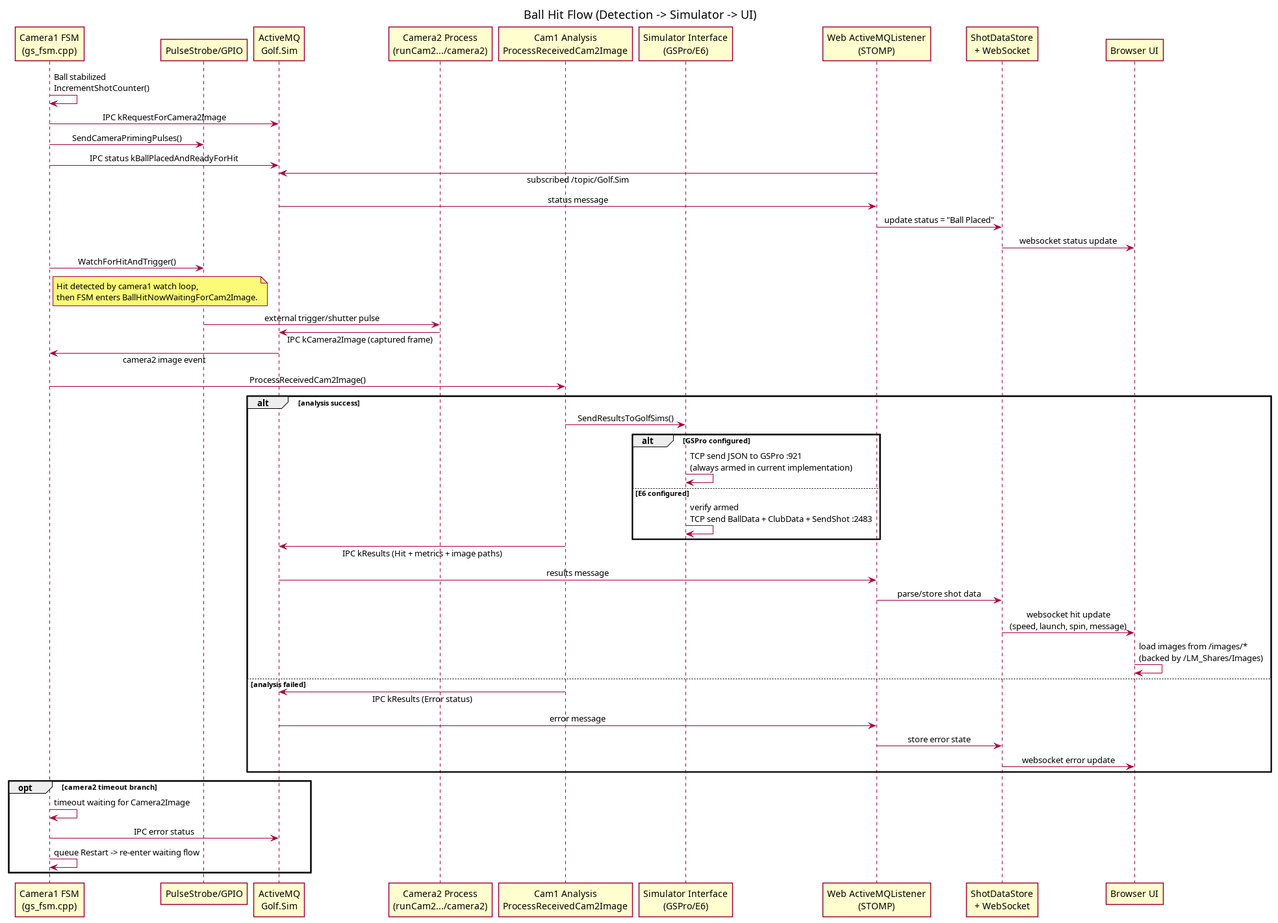
digitalhand/pitrac-light keeps this PlantUML diagram as assets/images/golf-simulator-ball-hit-flow.png. Above is the earlier version. Its source is kept beside it as assets/diagram/golf-simulator-ball-hit-flow.puml.
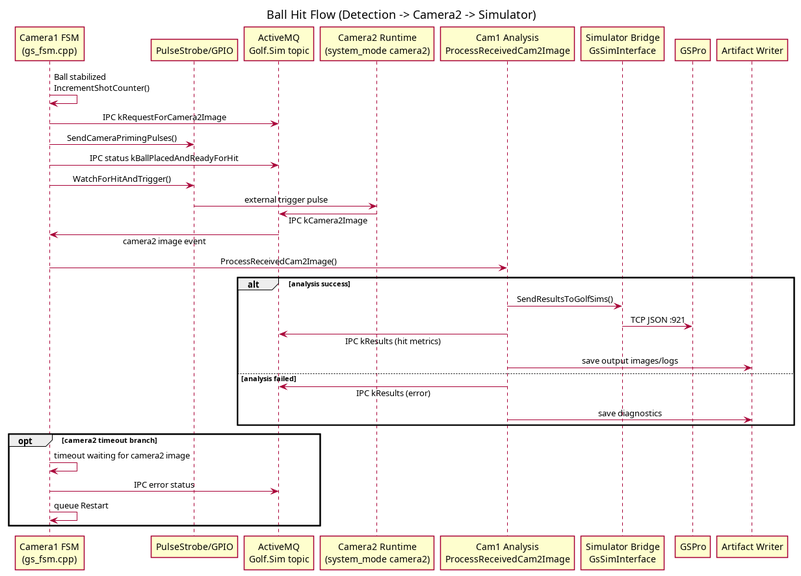
The same file after the commit.

Diff of the diagram source:
```diff
@@ -1,5 +1,5 @@
 @startuml
-title Ball Hit Flow (Detection -> Simulator -> UI)
+title Ball Hit Flow (Detection -> Camera2 -> Simulator)
 
 skinparam shadowing false
 skinparam backgroundColor white
@@ -8,56 +8,38 @@
 
 participant "Camera1 FSM\n(gs_fsm.cpp)" as FSM
 participant "PulseStrobe/GPIO" as STROBE
-participant "ActiveMQ\nGolf.Sim" as MQ
-participant "Camera2 Process\n(runCam2.../camera2)" as CAM2
+participant "ActiveMQ\nGolf.Sim topic" as MQ
+participant "Camera2 Runtime\n(system_mode camera2)" as CAM2
 participant "Cam1 Analysis\nProcessReceivedCam2Image" as ANALYSIS
-participant "Simulator Interface\n(GSPro)" as SIM
-participant "Web ActiveMQListener\n(STOMP)" as WEBL
-participant "ShotDataStore\n+ WebSocket" as WEB
-participant "Browser UI" as UI
+participant "Simulator Bridge\nGsSimInterface" as SIM
+participant "GSPro" as GSPRO
+participant "Artifact Writer" as FILES
 
 FSM -> FSM : Ball stabilized\nIncrementShotCounter()
 FSM -> MQ : IPC kRequestForCamera2Image
 FSM -> STROBE : SendCameraPrimingPulses()
 FSM -> MQ : IPC status kBallPlacedAndReadyForHit
-WEBL -> MQ : subscribed /topic/Golf.Sim
-MQ -> WEBL : status message
-WEBL -> WEB : update status = "Ball Placed"
-WEB -> UI : websocket status update
 
 FSM -> STROBE : WatchForHitAndTrigger()
-note right of FSM
-Hit detected by camera1 watch loop,
-then FSM enters BallHitNowWaitingForCam2Image.
-end note
-
-STROBE -> CAM2 : external trigger/shutter pulse
-CAM2 -> MQ : IPC kCamera2Image (captured frame)
+STROBE -> CAM2 : external trigger pulse
+CAM2 -> MQ : IPC kCamera2Image
 MQ -> FSM : camera2 image event
 FSM -> ANALYSIS : ProcessReceivedCam2Image()
 
 alt analysis success
   ANALYSIS -> SIM : SendResultsToGolfSims()
-  alt GSPro configured
-    SIM -> SIM : TCP send JSON to GSPro :921\n(always armed in current implementation)
-  end
-
-  ANALYSIS -> MQ : IPC kResults (Hit + metrics + image paths)
-  MQ -> WEBL : results message
-  WEBL -> WEB : parse/store shot data
-  WEB -> UI : websocket hit update\n(speed, launch, spin, message)
-  UI -> UI : load images from /images/*\n(backed by ~/LM_Shares/Images)
+  SIM -> GSPRO : TCP JSON :921
+  ANALYSIS -> MQ : IPC kResults (hit metrics)
+  ANALYSIS -> FILES : save output images/logs
 else analysis failed
-  ANALYSIS -> MQ : IPC kResults (Error status)
-  MQ -> WEBL : error message
-  WEBL -> WEB : store error state
-  WEB -> UI : websocket error update
+  ANALYSIS -> MQ : IPC kResults (error)
+  ANALYSIS -> FILES : save diagnostics
 end
 
 opt camera2 timeout branch
-  FSM -> FSM : timeout waiting for Camera2Image
+  FSM -> FSM : timeout waiting for camera2 image
   FSM -> MQ : IPC error status
-  FSM -> FSM : queue Restart -> re-enter waiting flow
+  FSM -> FSM : queue Restart
 end
 
 @enduml
```
